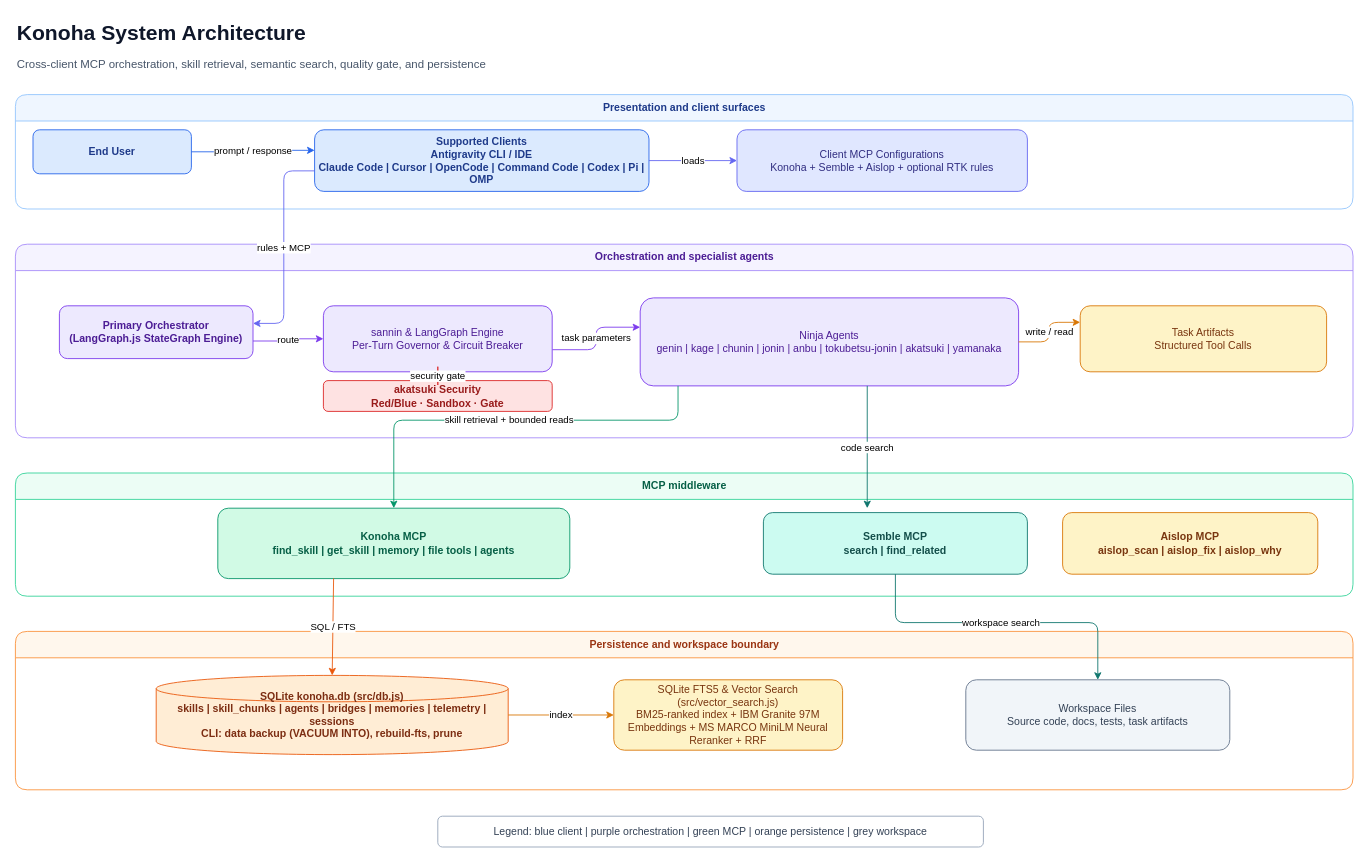
The draw.io diagram page "01 System Architecture" (1 of 18) of docs/diagrams/konoha-architecture.drawio in andycungkrinx91/konoha, before the edit. Source tidied: cells renumbered, new cells numbered last; positions are measured from the earlier drawing's top-left corner, leaving out a move shared by most shapes. Both pictures are drawn from the tidied source at 88%, with x=0, y=0 at pixel (15, 15).
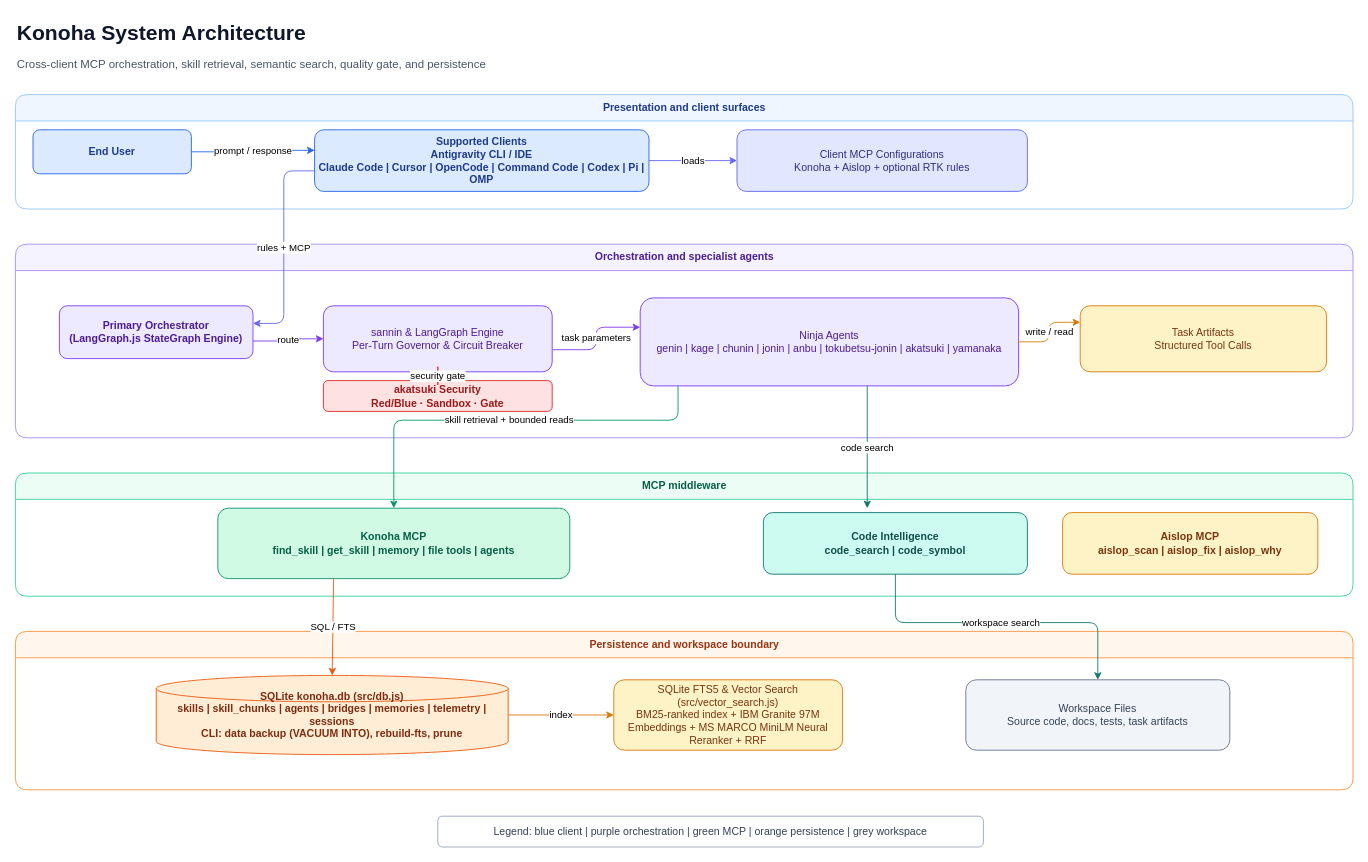
The same diagram, later.

The change refers to these unchanged cells:
```xml
<mxCell id="4" value="Presentation and client surfaces" style="swimlane;html=1;rounded=1;startSize=30;fillColor=#eff6ff;strokeColor=#93c5fd;fontColor=#1e3a8a;fontStyle=1;" parent="1" vertex="1">
  <mxGeometry y="90" width="1520" height="130" as="geometry" />
</mxCell>
<mxCell id="15" value="MCP middleware" style="swimlane;html=1;rounded=1;startSize=30;fillColor=#ecfdf5;strokeColor=#34d399;fontColor=#065f46;fontStyle=1;" parent="1" vertex="1">
  <mxGeometry y="520" width="1520" height="140" as="geometry" />
</mxCell>
<mxCell id="22" value="Workspace Files&#10;Source code, docs, tests, task artifacts" style="rounded=1;html=1;whiteSpace=wrap;fillColor=#f1f5f9;strokeColor=#64748b;fontColor=#334155;" parent="19" vertex="1">
  <mxGeometry x="1080" y="55" width="300" height="80" as="geometry" />
</mxCell>
```

The edit, as a diff of the source:
```diff
@@
-    <mxCell id="7" value="Client MCP Configurations&#10;Konoha + Semble + Aislop + optional RTK rules" style="rounded=1;html=1;whiteSpace=wrap;fillColor=#e0e7ff;strokeColor=#6366f1;fontColor=#312e81;" parent="4" vertex="1">
+    <mxCell id="7" value="Client MCP Configurations&#10;Konoha + Aislop + optional RTK rules" style="rounded=1;html=1;whiteSpace=wrap;fillColor=#e0e7ff;strokeColor=#6366f1;fontColor=#312e81;" parent="4" vertex="1">
       <mxGeometry x="820" y="40" width="330" height="70" as="geometry" />
     </mxCell>
@@
-    <mxCell id="17" value="Semble MCP&#10;search | find_related" style="rounded=1;html=1;whiteSpace=wrap;fillColor=#ccfbf1;strokeColor=#0f766e;fontColor=#134e4a;fontStyle=1;" parent="15" vertex="1">
-      <mxGeometry x="850" y="45" width="300" height="70" as="geometry" />
-    </mxCell>
+    <mxCell id="35" value="Code Intelligence&#10;code_search | code_symbol" style="rounded=1;html=1;whiteSpace=wrap;fillColor=#ccfbf1;strokeColor=#0f766e;fontColor=#134e4a;fontStyle=1;" parent="15" vertex="1">
+      <mxGeometry x="850" y="45" width="300" height="70" as="geometry" />
+    </mxCell>
@@
-    <mxCell id="33" value="workspace search" style="edgeStyle=orthogonalEdgeStyle;rounded=1;jettySize=auto;html=1;strokeColor=#0f766e;" parent="1" edge="1" source="17" target="22">
+    <mxCell id="33" value="workspace search" style="edgeStyle=orthogonalEdgeStyle;rounded=1;jettySize=auto;html=1;strokeColor=#0f766e;" parent="1" edge="1" source="35" target="22">
       <mxGeometry relative="1" as="geometry">
         <Array as="points">
           <mxPoint x="1000" y="690" />
           <mxPoint x="1230" y="690" />
         </Array>
       </mxGeometry>
     </mxCell>
```
